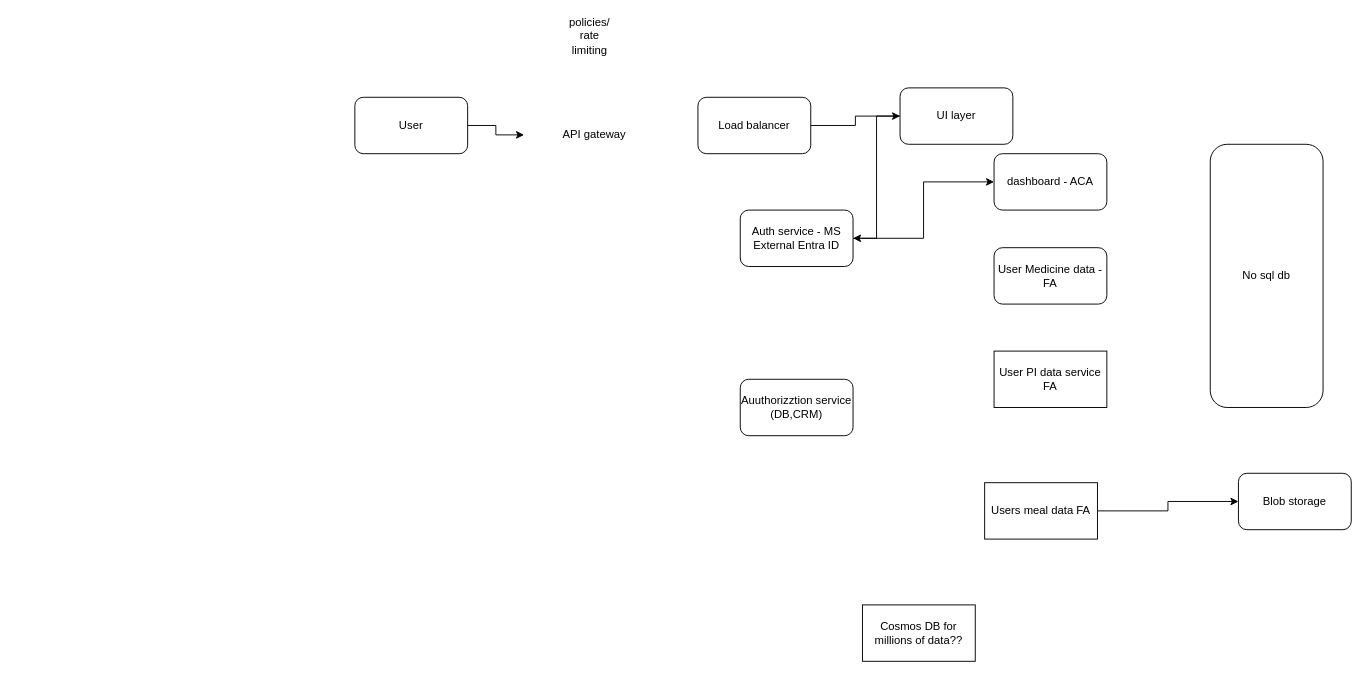
Earlier version of the draw.io diagram Untitled Diagram.drawio (sharmshivani/Architecture-Diagrams). Source tidied: cells renumbered, new cells numbered last; positions are measured from the earlier drawing's top-left corner, leaving out a move shared by most shapes. Both pictures are drawn from the tidied source at 94%, with x=0, y=0 at pixel (354, 22).
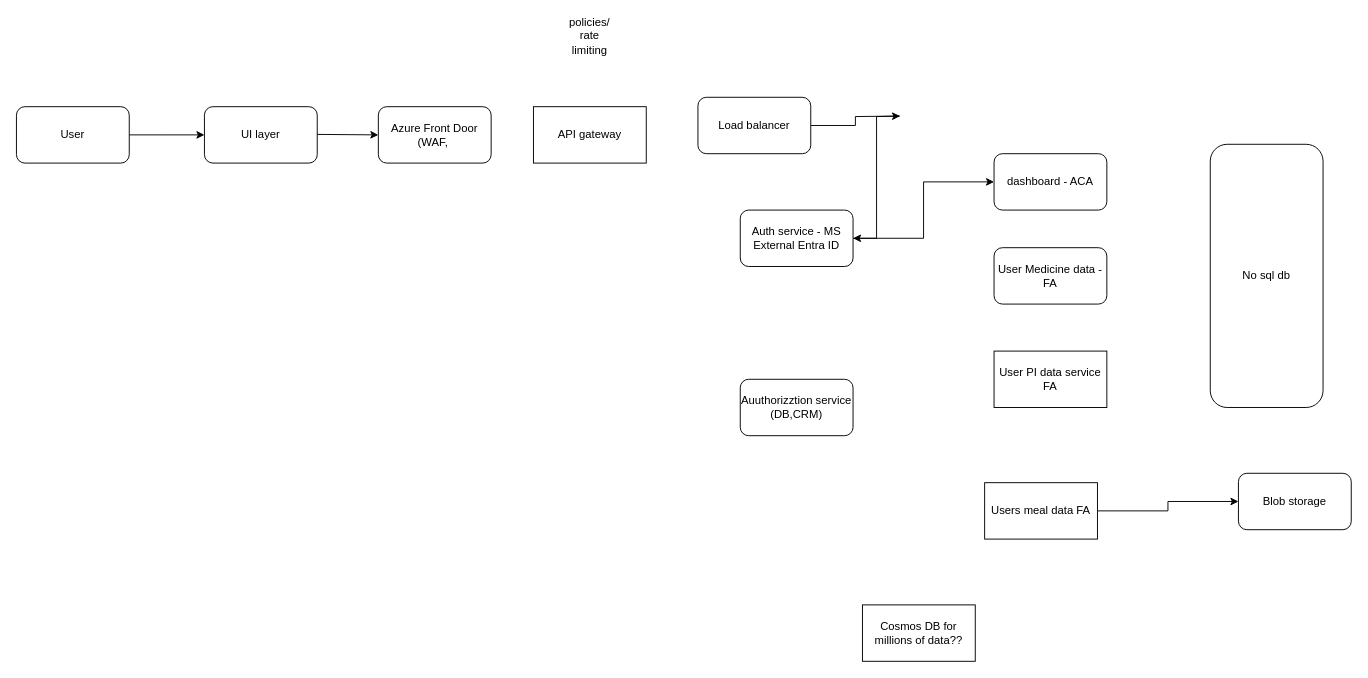
The same page after the edit.

The change refers to these unchanged cells:
```xml
<mxCell id="6" value="Load balancer" style="rounded=1;whiteSpace=wrap;html=1;roundedPerimeter=1;" parent="1" vertex="1">
  <mxGeometry x="365" y="80" width="120" height="60" as="geometry" />
</mxCell>
<mxCell id="12" value="Auth service - MS External Entra ID" style="rounded=1;whiteSpace=wrap;html=1;roundedPerimeter=1;" parent="1" vertex="1">
  <mxGeometry x="410" y="200" width="120" height="60" as="geometry" />
</mxCell>
```

The edit, as a diff of the source:
```diff
@@
-    <mxCell id="2" style="edgeStyle=orthogonalEdgeStyle;rounded=0;jettySize=auto;html=1;" parent="1" edge="1" source="3" target="4">
-      <mxGeometry relative="1" as="geometry" />
+    <mxCell id="2" style="edgeStyle=orthogonalEdgeStyle;rounded=0;jettySize=auto;html=1;" parent="1" edge="1" source="3">
+      <mxGeometry relative="1" as="geometry">
+        <mxPoint x="-160" y="120" as="targetPoint" />
+      </mxGeometry>
     </mxCell>
     <mxCell id="3" value="User" style="rounded=1;whiteSpace=wrap;html=1;roundedPerimeter=1;" parent="1" vertex="1">
-      <mxGeometry y="80" width="120" height="60" as="geometry" />
+      <mxGeometry x="-360" y="90" width="120" height="60" as="geometry" />
     </mxCell>
-    <mxCell id="4" value="API gateway" style="text;html=1;whiteSpace=wrap;strokeColor=none;fillColor=none;align=center;verticalAlign=middle;rounded=0;" parent="1" vertex="1">
-      <mxGeometry x="180" y="80" width="150" height="80" as="geometry" />
-    </mxCell>
-    <mxCell id="5" style="edgeStyle=orthogonalEdgeStyle;rounded=0;jettySize=auto;html=1;" parent="1" edge="1" source="6" target="15">
-      <mxGeometry relative="1" as="geometry" />
+    <mxCell id="5" style="edgeStyle=orthogonalEdgeStyle;rounded=0;jettySize=auto;html=1;" parent="1" edge="1" source="6">
+      <mxGeometry relative="1" as="geometry">
+        <mxPoint x="580" y="100" as="targetPoint" />
+      </mxGeometry>
     </mxCell>
@@
-    <mxCell id="14" style="edgeStyle=orthogonalEdgeStyle;rounded=0;jettySize=auto;html=1;entryX=1;entryY=0.5;entryDx=0;entryDy=0;" parent="1" edge="1" source="15" target="12">
-      <mxGeometry relative="1" as="geometry" />
+    <mxCell id="14" style="edgeStyle=orthogonalEdgeStyle;rounded=0;jettySize=auto;html=1;entryX=1;entryY=0.5;entryDx=0;entryDy=0;" parent="1" edge="1" target="12">
+      <mxGeometry relative="1" as="geometry">
+        <mxPoint x="580" y="100" as="sourcePoint" />
+      </mxGeometry>
     </mxCell>
-    <mxCell id="15" value="UI layer" style="rounded=1;whiteSpace=wrap;html=1;roundedPerimeter=1;" parent="1" vertex="1">
-      <mxGeometry x="580" y="70" width="120" height="60" as="geometry" />
-    </mxCell>
@@
+    <mxCell id="4" value="API gateway" style="rounded=0;whiteSpace=wrap;html=1;" parent="1" vertex="1">
+      <mxGeometry x="190" y="90" width="120" height="60" as="geometry" />
+    </mxCell>
+    <mxCell id="21" value="Azure Front Door (WAF,&amp;nbsp;" style="rounded=1;whiteSpace=wrap;html=1;roundedPerimeter=1;" parent="1" vertex="1">
+      <mxGeometry x="25" y="90" width="120" height="60" as="geometry" />
+    </mxCell>
+    <mxCell id="15" value="UI layer" style="rounded=1;whiteSpace=wrap;html=1;roundedPerimeter=1;" parent="1" vertex="1">
+      <mxGeometry x="-160" y="90" width="120" height="60" as="geometry" />
+    </mxCell>
+    <mxCell id="22" style="edgeStyle=orthogonalEdgeStyle;rounded=0;jettySize=auto;html=1;entryX=0;entryY=0.5;entryDx=0;entryDy=0;" parent="1" edge="1" target="21">
+      <mxGeometry x="0.24" relative="1" as="geometry">
+        <mxPoint x="-40" y="119.5" as="sourcePoint" />
+      </mxGeometry>
+    </mxCell>
```
